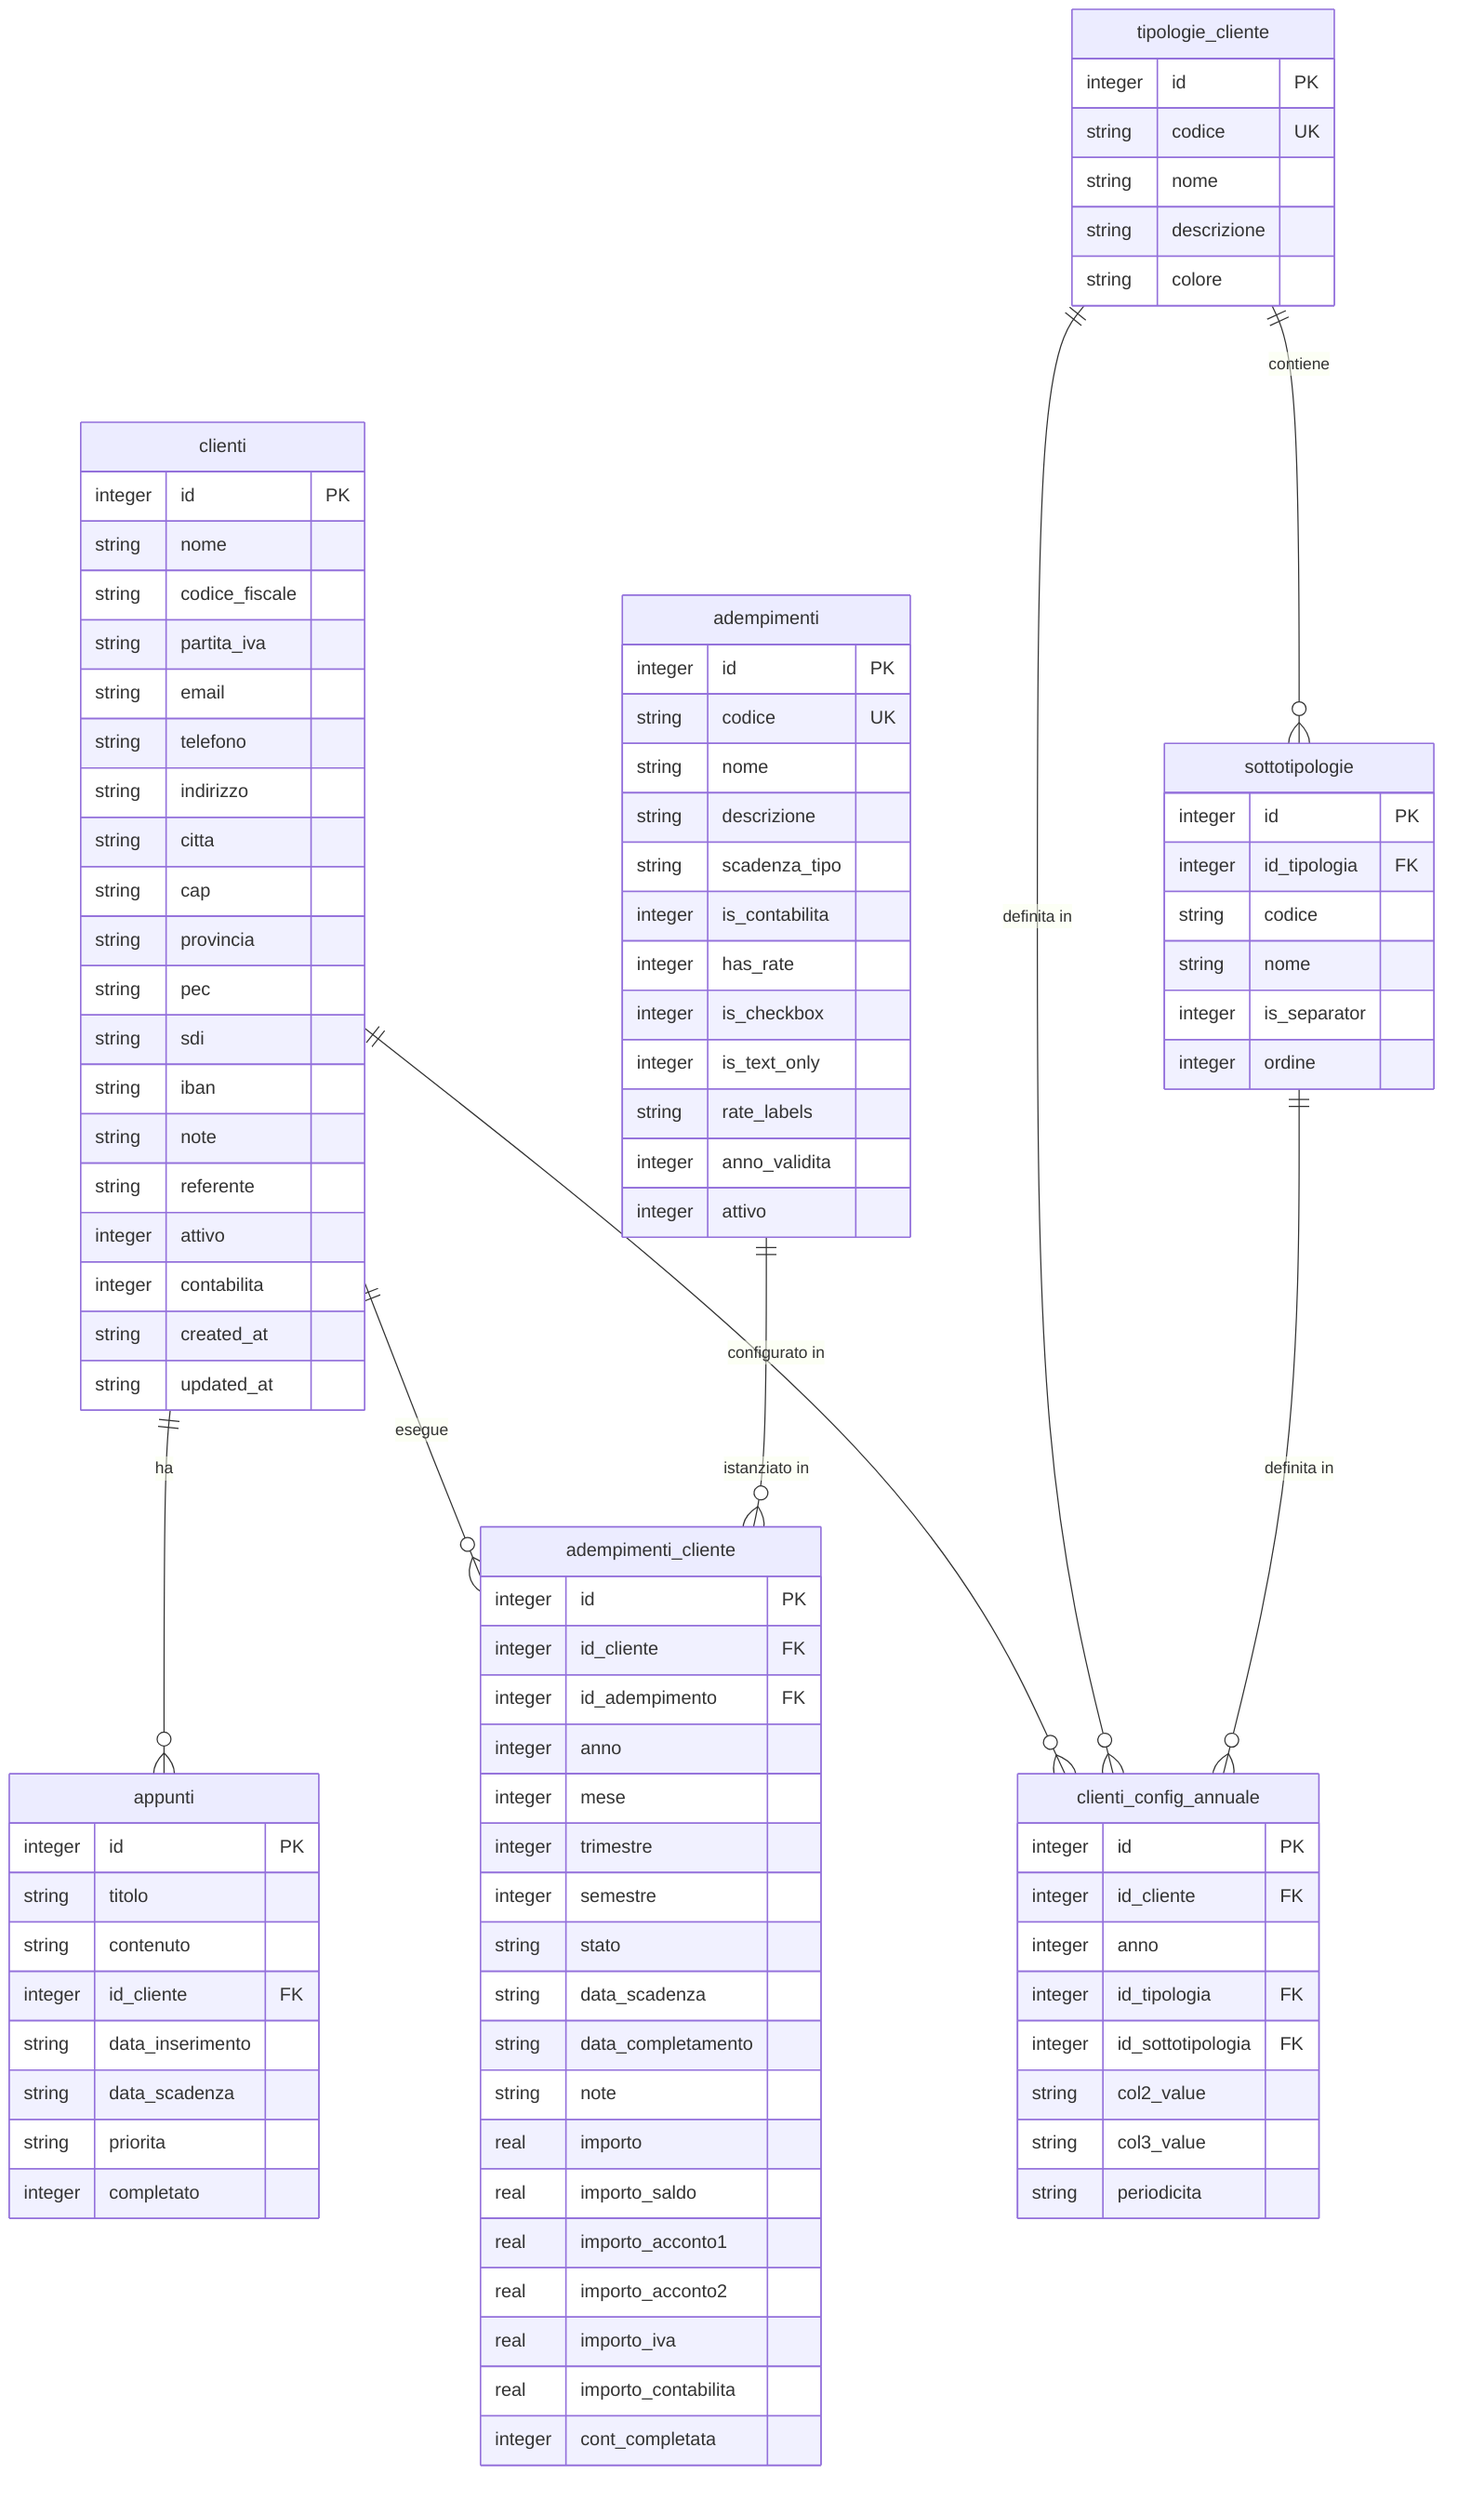
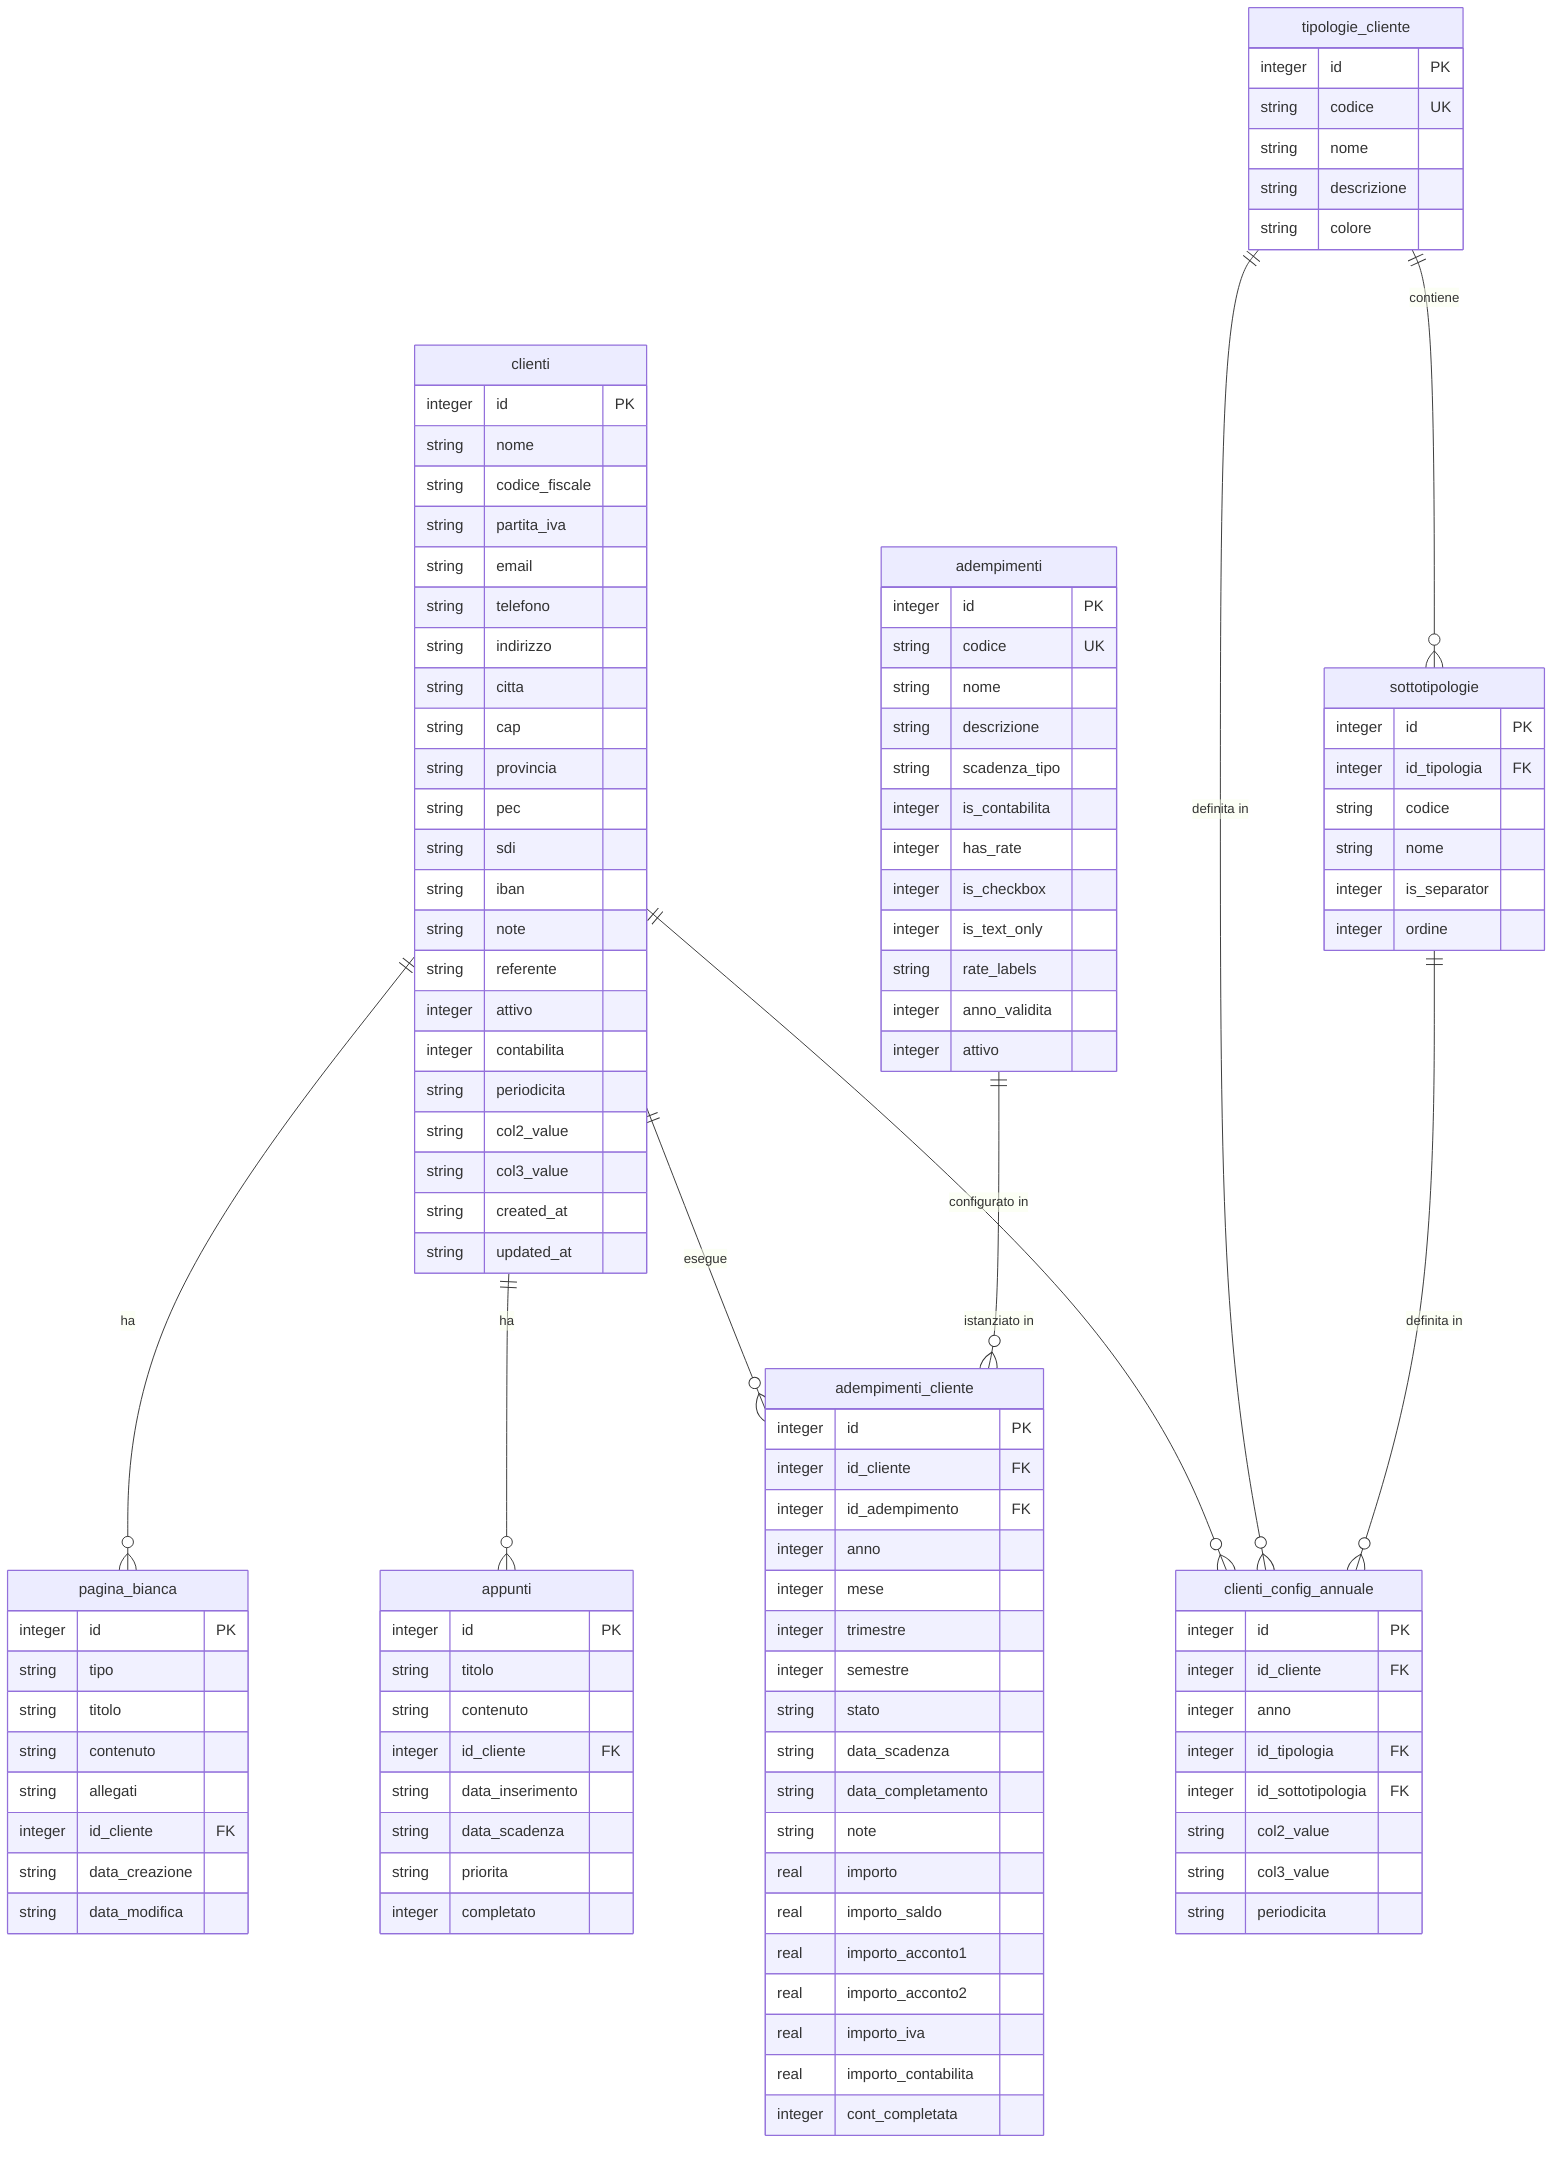
erDiagram
    clienti {
        integer id PK
        string nome
        string codice_fiscale
        string partita_iva
        string email
        string telefono
        string indirizzo
        string citta
        string cap
        string provincia
        string pec
        string sdi
        string iban
        string note
        string referente
        integer attivo
        integer contabilita
+         string periodicita
+         string col2_value
+         string col3_value
        string created_at
        string updated_at
    }

    tipologie_cliente {
        integer id PK
        string codice UK
        string nome
        string descrizione
        string colore
    }

    sottotipologie {
        integer id PK
        integer id_tipologia FK
        string codice
        string nome
        integer is_separator
        integer ordine
    }

    clienti_config_annuale {
        integer id PK
        integer id_cliente FK
        integer anno
        integer id_tipologia FK
        integer id_sottotipologia FK
        string col2_value
        string col3_value
        string periodicita
    }

    adempimenti {
        integer id PK
        string codice UK
        string nome
        string descrizione
        string scadenza_tipo
        integer is_contabilita
        integer has_rate
        integer is_checkbox
        integer is_text_only
        string rate_labels
        integer anno_validita
        integer attivo
    }

    adempimenti_cliente {
        integer id PK
        integer id_cliente FK
        integer id_adempimento FK
        integer anno
        integer mese
        integer trimestre
        integer semestre
        string stato
        string data_scadenza
        string data_completamento
        string note
        real importo
        real importo_saldo
        real importo_acconto1
        real importo_acconto2
        real importo_iva
        real importo_contabilita
        integer cont_completata
    }

    appunti {
        integer id PK
        string titolo
        string contenuto
        integer id_cliente FK
        string data_inserimento
        string data_scadenza
        string priorita
        integer completato
    }

+     pagina_bianca {
+         integer id PK
+         string tipo
+         string titolo
+         string contenuto
+         string allegati
+         integer id_cliente FK
+         string data_creazione
+         string data_modifica
+     }
+ 
    %% Relazioni
    clienti ||--o{ adempimenti_cliente : "esegue"
    clienti ||--o{ clienti_config_annuale : "configurato in"
    clienti ||--o{ appunti : "ha"
+     clienti ||--o{ pagina_bianca : "ha"

    tipologie_cliente ||--o{ sottotipologie : "contiene"
    tipologie_cliente ||--o{ clienti_config_annuale : "definita in"

    sottotipologie ||--o{ clienti_config_annuale : "definita in"

    adempimenti ||--o{ adempimenti_cliente : "istanziato in"